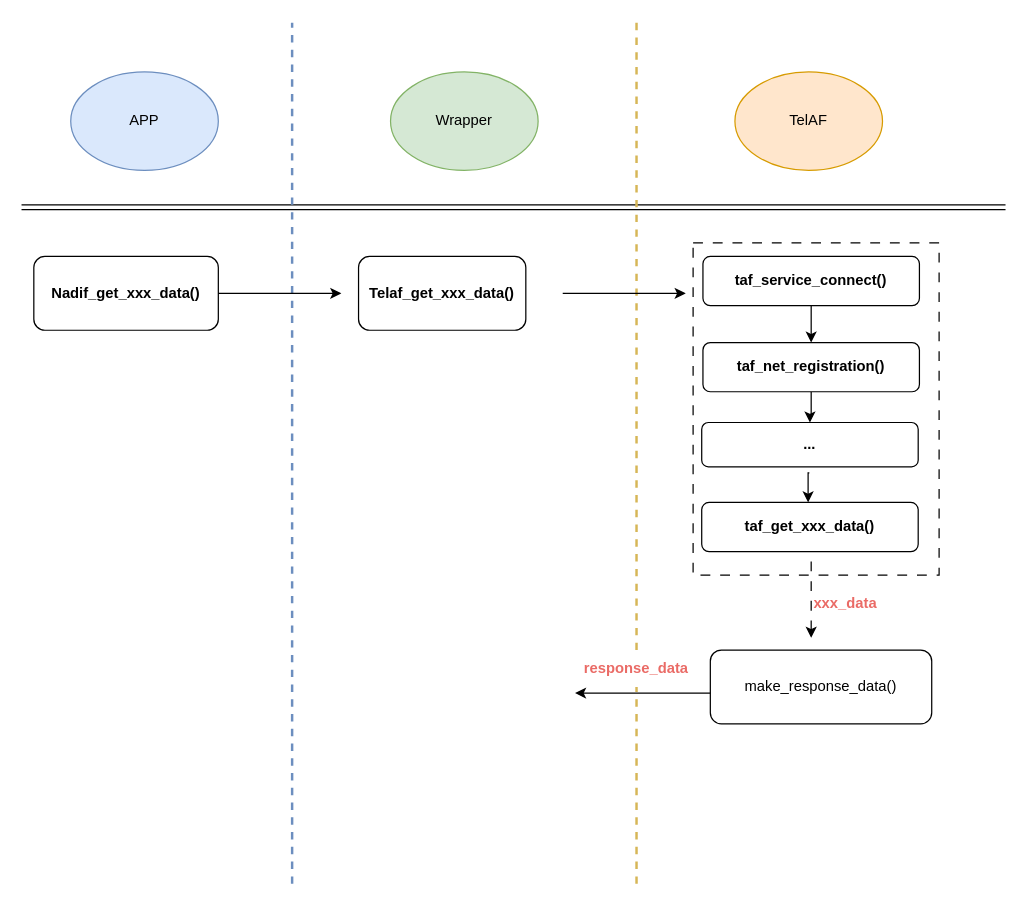
The draw.io diagram AIVC.drawio in jiangyu945/Doc, before the edit. Source tidied: cells renumbered, new cells numbered last; positions are measured from the earlier drawing's top-left corner, leaving out a move shared by most shapes. Both pictures are drawn from the tidied source at 123%, with x=0, y=0 at pixel (21, 22).
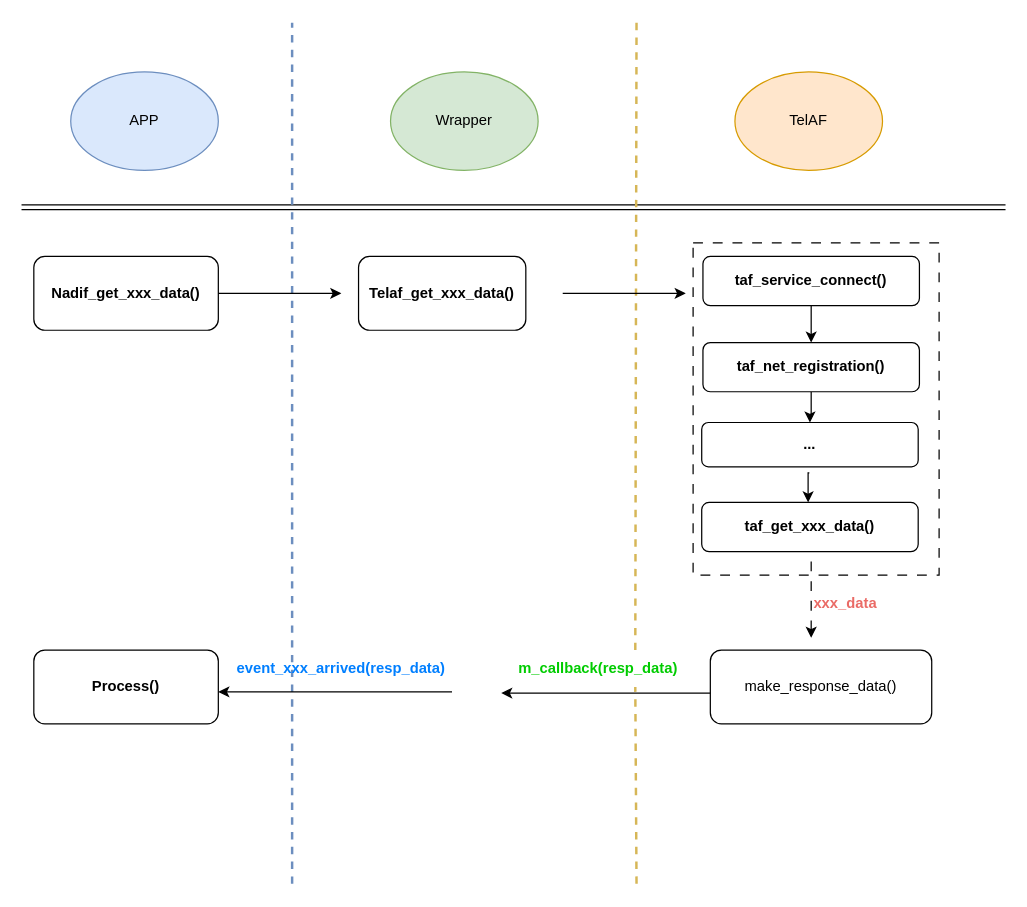
Above is the later version.

What changed in the source:
```diff
@@
-    <mxCell id="5" style="endArrow=none;dashed=1;html=1;rounded=0;fillColor=#fff2cc;strokeColor=#d6b656;strokeWidth=2;" parent="1" edge="1" source="25">
+    <mxCell id="5" style="endArrow=none;dashed=1;html=1;rounded=0;fillColor=#fff2cc;strokeColor=#d6b656;strokeWidth=2;exitX=1;exitY=0;exitDx=0;exitDy=0;" parent="1" edge="1" source="25">
       <mxGeometry relative="1" as="geometry">
         <mxPoint x="500" as="targetPoint" />
       </mxGeometry>
     </mxCell>
@@
-    <mxCell id="12" style="endArrow=classic;html=1;rounded=0;exitX=1;exitY=0.5;exitDx=0;exitDy=0;" parent="1" edge="1">
+    <mxCell id="12" style="endArrow=classic;html=1;rounded=0;" parent="1" edge="1">
       <mxGeometry relative="1" as="geometry">
         <mxPoint x="440" y="220" as="sourcePoint" />
         <mxPoint x="540" y="220" as="targetPoint" />
       </mxGeometry>
     </mxCell>
@@
     <mxCell id="23" style="endArrow=classic;html=1;rounded=0;" parent="1" edge="1">
       <mxGeometry relative="1" as="geometry">
         <mxPoint x="560" y="545" as="sourcePoint" />
-        <mxPoint x="450" y="545" as="targetPoint" />
+        <mxPoint x="390" y="545" as="targetPoint" />
       </mxGeometry>
     </mxCell>
-    <mxCell id="24" style="endArrow=none;dashed=1;html=1;rounded=0;fillColor=#fff2cc;strokeColor=#d6b656;strokeWidth=2;" parent="1" edge="1" target="25">
+    <mxCell id="24" style="endArrow=none;dashed=1;html=1;rounded=0;fillColor=#fff2cc;strokeColor=#d6b656;strokeWidth=2;entryX=1;entryY=1;entryDx=0;entryDy=0;" parent="1" edge="1" target="25">
       <mxGeometry relative="1" as="geometry">
         <mxPoint x="500" y="700" as="sourcePoint" />
       </mxGeometry>
     </mxCell>
-    <mxCell id="25" value="&lt;font color=&quot;#ea6b66&quot;&gt;&lt;b&gt;response_data&lt;/b&gt;&lt;/font&gt;" style="text;html=1;strokeColor=none;fillColor=none;align=center;verticalAlign=middle;whiteSpace=wrap;rounded=0;" parent="1" vertex="1">
-      <mxGeometry x="470" y="510" width="60" height="30" as="geometry" />
+    <mxCell id="25" value="&lt;font color=&quot;#00cc00&quot;&gt;&lt;b&gt;m_callback(resp_data)&lt;/b&gt;&lt;/font&gt;" style="text;html=1;strokeColor=none;fillColor=none;align=center;verticalAlign=middle;whiteSpace=wrap;rounded=0;" parent="1" vertex="1">
+      <mxGeometry x="439" y="510" width="60" height="30" as="geometry" />
     </mxCell>
+    <mxCell id="26" value="&lt;b&gt;Process()&lt;/b&gt;" style="rounded=1;whiteSpace=wrap;html=1;" parent="1" vertex="1">
+      <mxGeometry x="10" y="510" width="150" height="60" as="geometry" />
+    </mxCell>
+    <mxCell id="27" style="endArrow=classic;html=1;rounded=0;" parent="1" edge="1">
+      <mxGeometry relative="1" as="geometry">
+        <mxPoint x="350" y="544" as="sourcePoint" />
+        <mxPoint x="160" y="544" as="targetPoint" />
+      </mxGeometry>
+    </mxCell>
+    <mxCell id="28" value="&lt;font color=&quot;#007fff&quot;&gt;&lt;b&gt;event_xxx_arrived(resp_data)&lt;/b&gt;&lt;/font&gt;" style="text;html=1;strokeColor=none;fillColor=none;align=center;verticalAlign=middle;whiteSpace=wrap;rounded=0;" parent="1" vertex="1">
+      <mxGeometry x="230" y="510" width="60" height="30" as="geometry" />
+    </mxCell>
```
